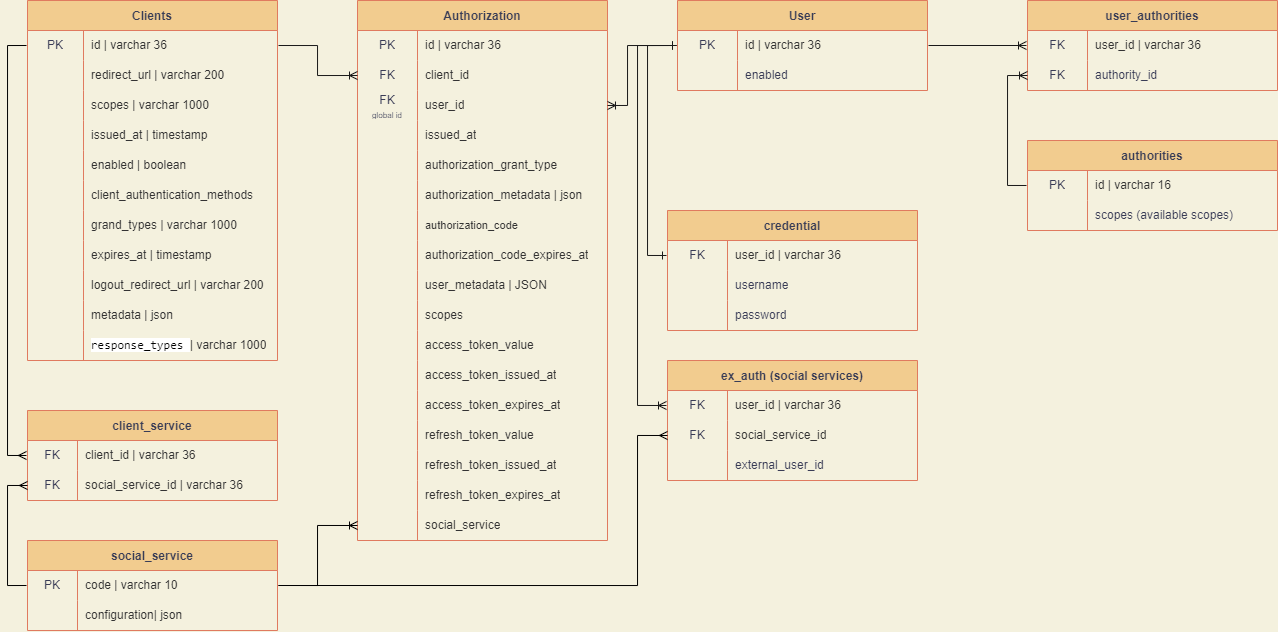
The draw.io diagram id/resources/db_scheme.png in KYamshanov/Mission-backend, before a commit. Source tidied: cells renumbered, new cells last; positions are measured from the earlier drawing's top-left corner, leaving out a move shared by most shapes.
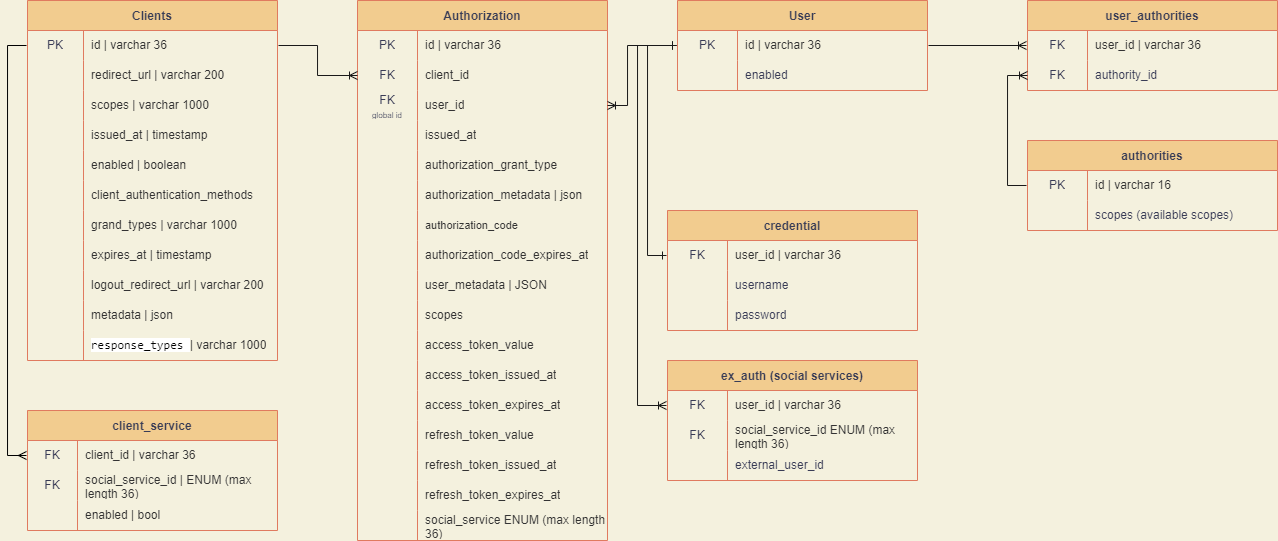
The same file after the commit.

Change to the diagram source:
```diff
@@ -257,7 +257,7 @@
     <mxCell id="86" style="shape=partialRectangle;html=1;whiteSpace=wrap;fillColor=none;top=0;left=0;bottom=0;right=0;overflow=hidden;strokeColor=#E07A5F;fontColor=#393C56;" parent="85" vertex="1">
       <mxGeometry width="60" height="30" as="geometry" />
     </mxCell>
-    <mxCell id="87" value="&lt;font color=&quot;#333333&quot;&gt;social_service&lt;br&gt;&lt;/font&gt;" style="shape=partialRectangle;html=1;whiteSpace=wrap;fillColor=none;top=0;left=0;bottom=0;right=0;align=left;spacingLeft=6;overflow=hidden;strokeColor=#E07A5F;fontColor=#393C56;" parent="85" vertex="1">
+    <mxCell id="87" value="&lt;font color=&quot;#333333&quot;&gt;social_service&amp;nbsp;&lt;/font&gt;&lt;span style=&quot;color: rgb(51, 51, 51);&quot;&gt;ENUM (max length 36)&lt;/span&gt;&lt;font color=&quot;#333333&quot;&gt;&lt;br&gt;&lt;/font&gt;" style="shape=partialRectangle;html=1;whiteSpace=wrap;fillColor=none;top=0;left=0;bottom=0;right=0;align=left;spacingLeft=6;overflow=hidden;strokeColor=#E07A5F;fontColor=#393C56;" parent="85" vertex="1">
       <mxGeometry x="60" width="190" height="30" as="geometry" />
     </mxCell>
     <mxCell id="88" style="edgeStyle=orthogonalEdgeStyle;rounded=0;jettySize=auto;html=1;exitX=0;exitY=0.5;exitDx=0;exitDy=0;entryX=1;entryY=0.5;entryDx=0;entryDy=0;strokeColor=#191919;endArrow=none;endFill=0;startArrow=ERoneToMany;startFill=0;" parent="1" edge="1" source="40" target="3">
@@ -383,7 +383,7 @@
     <mxCell id="128" value="FK" style="shape=partialRectangle;html=1;whiteSpace=wrap;fillColor=none;top=0;left=0;bottom=0;right=0;overflow=hidden;strokeColor=#E07A5F;fontColor=#393C56;" parent="127" vertex="1">
       <mxGeometry width="60" height="30" as="geometry" />
     </mxCell>
-    <mxCell id="129" value="&lt;span style=&quot;color: rgb(51, 51, 51);&quot;&gt;social_service_id&lt;/span&gt;" style="shape=partialRectangle;html=1;whiteSpace=wrap;fillColor=none;top=0;left=0;bottom=0;right=0;align=left;spacingLeft=6;overflow=hidden;strokeColor=#E07A5F;fontColor=#393C56;" parent="127" vertex="1">
+    <mxCell id="129" value="&lt;span style=&quot;color: rgb(51, 51, 51);&quot;&gt;social_service_id&amp;nbsp;&lt;/span&gt;&lt;span style=&quot;color: rgb(51, 51, 51);&quot;&gt;ENUM (max length 36)&lt;/span&gt;" style="shape=partialRectangle;html=1;whiteSpace=wrap;fillColor=none;top=0;left=0;bottom=0;right=0;align=left;spacingLeft=6;overflow=hidden;strokeColor=#E07A5F;fontColor=#393C56;" parent="127" vertex="1">
       <mxGeometry x="60" width="190" height="30" as="geometry" />
     </mxCell>
     <mxCell id="130" style="shape=tableRow;horizontal=0;startSize=0;swimlaneHead=0;swimlaneBody=0;top=0;left=0;bottom=0;right=0;fillColor=none;strokeColor=#E07A5F;fontColor=#393C56;" parent="123" vertex="1">
@@ -411,37 +411,8 @@
         </Array>
       </mxGeometry>
     </mxCell>
-    <mxCell id="135" value="social_service" style="shape=table;startSize=30;rowLines=0;fontStyle=1;fillColor=#F2CC8F;strokeColor=#E07A5F;fontColor=#393C56;" parent="1" vertex="1">
-      <mxGeometry y="540" width="250" height="90" as="geometry" />
-    </mxCell>
-    <mxCell id="136" style="shape=tableRow;horizontal=0;startSize=0;swimlaneHead=0;swimlaneBody=0;top=0;left=0;bottom=0;right=0;points=[[0,0.5],[1,0.5]];portConstraint=eastwest;strokeWidth=1;perimeterSpacing=1;shadow=0;swimlaneLine=1;sketch=0;strokeColor=#E07A5F;fillColor=none;fontColor=#393C56;" parent="135" vertex="1">
-      <mxGeometry y="30" width="250" height="30" as="geometry" />
-    </mxCell>
-    <mxCell id="137" value="PK" style="shape=partialRectangle;html=1;whiteSpace=wrap;fillColor=none;top=0;left=0;bottom=0;right=0;overflow=hidden;shadow=0;sketch=0;perimeterSpacing=1;strokeColor=#E07A5F;fontColor=#393C56;" parent="136" vertex="1">
-      <mxGeometry width="50" height="30" as="geometry" />
-    </mxCell>
-    <mxCell id="138" value="&lt;span style=&quot;color: rgb(51, 51, 51);&quot;&gt;code | varchar 10&lt;/span&gt;" style="shape=partialRectangle;html=1;whiteSpace=wrap;fillColor=none;top=0;left=0;bottom=0;right=0;align=left;spacingLeft=6;overflow=hidden;strokeColor=#E07A5F;fontColor=#393C56;" parent="136" vertex="1">
-      <mxGeometry x="50" width="200" height="30" as="geometry" />
-    </mxCell>
-    <mxCell id="139" style="shape=tableRow;horizontal=0;startSize=0;swimlaneHead=0;swimlaneBody=0;top=0;left=0;bottom=0;right=0;fillColor=none;strokeColor=#E07A5F;fontColor=#393C56;" parent="135" vertex="1">
-      <mxGeometry y="60" width="250" height="30" as="geometry" />
-    </mxCell>
-    <mxCell id="140" style="shape=partialRectangle;html=1;whiteSpace=wrap;fillColor=none;top=0;left=0;bottom=0;right=0;overflow=hidden;strokeColor=#E07A5F;fontColor=#393C56;" parent="139" vertex="1">
-      <mxGeometry width="50" height="30" as="geometry" />
-    </mxCell>
-    <mxCell id="141" value="&lt;span style=&quot;color: rgb(51, 51, 51);&quot;&gt;configuration| json&lt;/span&gt;" style="shape=partialRectangle;html=1;whiteSpace=wrap;fillColor=none;top=0;left=0;bottom=0;right=0;align=left;spacingLeft=6;overflow=hidden;strokeColor=#E07A5F;fontColor=#393C56;" parent="139" vertex="1">
-      <mxGeometry x="50" width="200" height="30" as="geometry" />
-    </mxCell>
-    <mxCell id="142" style="edgeStyle=orthogonalEdgeStyle;rounded=0;jettySize=auto;html=1;exitX=0;exitY=0.5;exitDx=0;exitDy=0;entryX=1;entryY=0.5;entryDx=0;entryDy=0;startArrow=ERmany;startFill=0;endArrow=none;endFill=0;" parent="1" edge="1" source="127" target="136">
-      <mxGeometry relative="1" as="geometry">
-        <Array as="points">
-          <mxPoint x="610" y="435" />
-          <mxPoint x="610" y="585" />
-        </Array>
-      </mxGeometry>
-    </mxCell>
     <mxCell id="143" value="client_service" style="shape=table;startSize=30;rowLines=0;fontStyle=1;fillColor=#F2CC8F;strokeColor=#E07A5F;fontColor=#393C56;" parent="1" vertex="1">
-      <mxGeometry y="410" width="250" height="90" as="geometry" />
+      <mxGeometry y="410" width="250" height="120" as="geometry" />
     </mxCell>
     <mxCell id="144" style="shape=tableRow;horizontal=0;startSize=0;swimlaneHead=0;swimlaneBody=0;top=0;left=0;bottom=0;right=0;points=[[0,0.5],[1,0.5]];portConstraint=eastwest;strokeWidth=1;perimeterSpacing=1;shadow=0;swimlaneLine=1;sketch=0;strokeColor=#E07A5F;fillColor=none;fontColor=#393C56;" parent="143" vertex="1">
       <mxGeometry y="30" width="250" height="30" as="geometry" />
@@ -458,17 +429,20 @@
     <mxCell id="148" value="FK" style="shape=partialRectangle;html=1;whiteSpace=wrap;fillColor=none;top=0;left=0;bottom=0;right=0;overflow=hidden;strokeColor=#E07A5F;fontColor=#393C56;" parent="147" vertex="1">
       <mxGeometry width="50" height="30" as="geometry" />
     </mxCell>
-    <mxCell id="149" value="&lt;span style=&quot;color: rgb(51, 51, 51);&quot;&gt;social_service_id | varchar 36&lt;/span&gt;" style="shape=partialRectangle;html=1;whiteSpace=wrap;fillColor=none;top=0;left=0;bottom=0;right=0;align=left;spacingLeft=6;overflow=hidden;strokeColor=#E07A5F;fontColor=#393C56;" parent="147" vertex="1">
+    <mxCell id="149" value="&lt;span style=&quot;color: rgb(51, 51, 51);&quot;&gt;social_service_id | ENUM (max length 36)&lt;/span&gt;" style="shape=partialRectangle;html=1;whiteSpace=wrap;fillColor=none;top=0;left=0;bottom=0;right=0;align=left;spacingLeft=6;overflow=hidden;strokeColor=#E07A5F;fontColor=#393C56;" parent="147" vertex="1">
       <mxGeometry x="50" width="200" height="30" as="geometry" />
     </mxCell>
+    <mxCell id="152" style="shape=tableRow;horizontal=0;startSize=0;swimlaneHead=0;swimlaneBody=0;top=0;left=0;bottom=0;right=0;fillColor=none;strokeColor=#E07A5F;fontColor=#393C56;" parent="143" vertex="1">
+      <mxGeometry y="90" width="250" height="30" as="geometry" />
+    </mxCell>
+    <mxCell id="140" style="shape=partialRectangle;html=1;whiteSpace=wrap;fillColor=none;top=0;left=0;bottom=0;right=0;overflow=hidden;strokeColor=#E07A5F;fontColor=#393C56;" parent="152" vertex="1">
+      <mxGeometry width="50" height="30" as="geometry" />
+    </mxCell>
+    <mxCell id="153" value="&lt;span style=&quot;color: rgb(51, 51, 51);&quot;&gt;enabled | bool&lt;/span&gt;" style="shape=partialRectangle;html=1;whiteSpace=wrap;fillColor=none;top=0;left=0;bottom=0;right=0;align=left;spacingLeft=6;overflow=hidden;strokeColor=#E07A5F;fontColor=#393C56;" parent="152" vertex="1">
+      <mxGeometry x="50" width="200" height="30" as="geometry" />
+    </mxCell>
     <mxCell id="150" style="edgeStyle=orthogonalEdgeStyle;rounded=0;jettySize=auto;html=1;exitX=0;exitY=0.5;exitDx=0;exitDy=0;entryX=0;entryY=0.5;entryDx=0;entryDy=0;startArrow=ERmany;startFill=0;endArrow=none;endFill=0;" parent="1" edge="1" source="144" target="3">
       <mxGeometry relative="1" as="geometry" />
     </mxCell>
-    <mxCell id="151" style="edgeStyle=orthogonalEdgeStyle;rounded=0;jettySize=auto;html=1;exitX=0;exitY=0.5;exitDx=0;exitDy=0;entryX=0;entryY=0.5;entryDx=0;entryDy=0;startArrow=ERmany;startFill=0;endArrow=none;endFill=0;" parent="1" edge="1" source="147" target="136">
-      <mxGeometry relative="1" as="geometry" />
-    </mxCell>
-    <mxCell id="152" style="edgeStyle=orthogonalEdgeStyle;rounded=0;jettySize=auto;html=1;exitX=1;exitY=0.5;exitDx=0;exitDy=0;entryX=0;entryY=0.5;entryDx=0;entryDy=0;endArrow=ERoneToMany;endFill=0;" parent="1" edge="1" source="136" target="85">
-      <mxGeometry relative="1" as="geometry" />
-    </mxCell>
   </root>
 </mxGraphModel>
```
